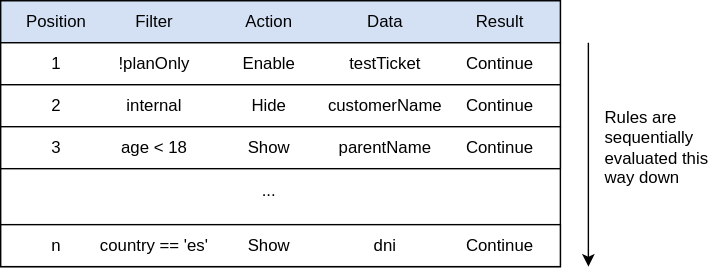
Above: doc/static/images/arch-overall-8.svg in miguelperezcolom/mateu (draw.io), before the change. Source tidied: cells renumbered, new cells last; positions are measured from the earlier drawing's top-left corner, leaving out a move shared by most shapes.
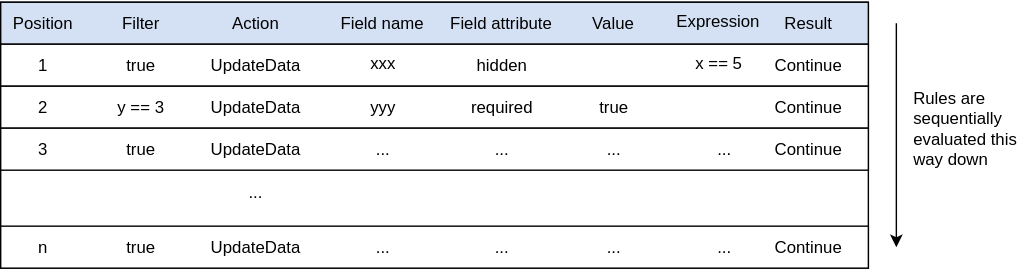
The same diagram one commit later.

The edit, as a diff of the source:
```diff
@@ -3,109 +3,148 @@
     <mxCell id="0" />
     <mxCell id="1" parent="0" />
     <mxCell id="2" style="rounded=0;whiteSpace=wrap;html=1;" parent="1" vertex="1">
-      <mxGeometry width="400" height="190" as="geometry" />
+      <mxGeometry x="-250" y="-19" width="620" height="190" as="geometry" />
     </mxCell>
     <mxCell id="3" style="rounded=0;whiteSpace=wrap;html=1;fillColor=#D4E1F5;" parent="1" vertex="1">
-      <mxGeometry width="400" height="30" as="geometry" />
+      <mxGeometry x="-250" y="-19" width="620" height="30" as="geometry" />
     </mxCell>
     <mxCell id="4" value="Filter" style="text;html=1;align=center;verticalAlign=middle;whiteSpace=wrap;rounded=0;" parent="1" vertex="1">
-      <mxGeometry x="80" width="60" height="30" as="geometry" />
+      <mxGeometry x="-180" y="-19" width="60" height="30" as="geometry" />
     </mxCell>
     <mxCell id="5" value="Action" style="text;html=1;align=center;verticalAlign=middle;whiteSpace=wrap;rounded=0;" parent="1" vertex="1">
-      <mxGeometry x="162" width="60" height="30" as="geometry" />
+      <mxGeometry x="-98" y="-19" width="60" height="30" as="geometry" />
     </mxCell>
-    <mxCell id="6" value="Data" style="text;html=1;align=center;verticalAlign=middle;whiteSpace=wrap;rounded=0;" parent="1" vertex="1">
-      <mxGeometry x="245" width="60" height="30" as="geometry" />
+    <mxCell id="6" value="Field name" style="text;html=1;align=center;verticalAlign=middle;whiteSpace=wrap;rounded=0;" parent="1" vertex="1">
+      <mxGeometry x="-15" y="-19" width="75" height="30" as="geometry" />
     </mxCell>
     <mxCell id="7" value="Result" style="text;html=1;align=center;verticalAlign=middle;whiteSpace=wrap;rounded=0;" parent="1" vertex="1">
-      <mxGeometry x="327" width="60" height="30" as="geometry" />
+      <mxGeometry x="297" y="-19" width="60" height="30" as="geometry" />
     </mxCell>
     <mxCell id="8" value="Position" style="text;html=1;align=center;verticalAlign=middle;whiteSpace=wrap;rounded=0;" parent="1" vertex="1">
-      <mxGeometry x="10" width="60" height="30" as="geometry" />
+      <mxGeometry x="-250" y="-19" width="60" height="30" as="geometry" />
     </mxCell>
     <mxCell id="9" style="rounded=0;whiteSpace=wrap;html=1;" parent="1" vertex="1">
-      <mxGeometry y="30" width="400" height="30" as="geometry" />
+      <mxGeometry x="-250" y="11" width="620" height="30" as="geometry" />
     </mxCell>
-    <mxCell id="10" value="!planOnly" style="text;html=1;align=center;verticalAlign=middle;whiteSpace=wrap;rounded=0;" parent="1" vertex="1">
-      <mxGeometry x="80" y="30" width="60" height="30" as="geometry" />
+    <mxCell id="10" value="true" style="text;html=1;align=center;verticalAlign=middle;whiteSpace=wrap;rounded=0;" parent="1" vertex="1">
+      <mxGeometry x="-180" y="11" width="60" height="30" as="geometry" />
     </mxCell>
-    <mxCell id="11" value="Enable" style="text;html=1;align=center;verticalAlign=middle;whiteSpace=wrap;rounded=0;" parent="1" vertex="1">
-      <mxGeometry x="162" y="30" width="60" height="30" as="geometry" />
+    <mxCell id="11" value="UpdateData" style="text;html=1;align=center;verticalAlign=middle;whiteSpace=wrap;rounded=0;" parent="1" vertex="1">
+      <mxGeometry x="-98" y="11" width="60" height="30" as="geometry" />
     </mxCell>
-    <mxCell id="12" value="testTicket" style="text;html=1;align=center;verticalAlign=middle;whiteSpace=wrap;rounded=0;" parent="1" vertex="1">
-      <mxGeometry x="245" y="30" width="60" height="30" as="geometry" />
+    <mxCell id="12" value="Continue" style="text;html=1;align=center;verticalAlign=middle;whiteSpace=wrap;rounded=0;" parent="1" vertex="1">
+      <mxGeometry x="297" y="11" width="60" height="30" as="geometry" />
     </mxCell>
-    <mxCell id="13" value="Continue" style="text;html=1;align=center;verticalAlign=middle;whiteSpace=wrap;rounded=0;" parent="1" vertex="1">
-      <mxGeometry x="327" y="30" width="60" height="30" as="geometry" />
+    <mxCell id="13" value="1" style="text;html=1;align=center;verticalAlign=middle;whiteSpace=wrap;rounded=0;" parent="1" vertex="1">
+      <mxGeometry x="-250" y="11" width="60" height="30" as="geometry" />
     </mxCell>
-    <mxCell id="14" value="1" style="text;html=1;align=center;verticalAlign=middle;whiteSpace=wrap;rounded=0;" parent="1" vertex="1">
-      <mxGeometry x="10" y="30" width="60" height="30" as="geometry" />
+    <mxCell id="14" style="rounded=0;whiteSpace=wrap;html=1;" parent="1" vertex="1">
+      <mxGeometry x="-250" y="41" width="620" height="30" as="geometry" />
     </mxCell>
-    <mxCell id="15" style="rounded=0;whiteSpace=wrap;html=1;" parent="1" vertex="1">
-      <mxGeometry y="60" width="400" height="30" as="geometry" />
+    <mxCell id="15" value="y == 3" style="text;html=1;align=center;verticalAlign=middle;whiteSpace=wrap;rounded=0;" parent="1" vertex="1">
+      <mxGeometry x="-180" y="41" width="60" height="30" as="geometry" />
     </mxCell>
-    <mxCell id="16" value="internal" style="text;html=1;align=center;verticalAlign=middle;whiteSpace=wrap;rounded=0;" parent="1" vertex="1">
-      <mxGeometry x="80" y="60" width="60" height="30" as="geometry" />
+    <mxCell id="16" value="UpdateData" style="text;html=1;align=center;verticalAlign=middle;whiteSpace=wrap;rounded=0;" parent="1" vertex="1">
+      <mxGeometry x="-98" y="41" width="60" height="30" as="geometry" />
     </mxCell>
-    <mxCell id="17" value="Hide" style="text;html=1;align=center;verticalAlign=middle;whiteSpace=wrap;rounded=0;" parent="1" vertex="1">
-      <mxGeometry x="162" y="60" width="60" height="30" as="geometry" />
+    <mxCell id="17" value="Continue" style="text;html=1;align=center;verticalAlign=middle;whiteSpace=wrap;rounded=0;" parent="1" vertex="1">
+      <mxGeometry x="297" y="41" width="60" height="30" as="geometry" />
     </mxCell>
-    <mxCell id="18" value="customerName" style="text;html=1;align=center;verticalAlign=middle;whiteSpace=wrap;rounded=0;" parent="1" vertex="1">
-      <mxGeometry x="245" y="60" width="60" height="30" as="geometry" />
+    <mxCell id="18" value="2" style="text;html=1;align=center;verticalAlign=middle;whiteSpace=wrap;rounded=0;" parent="1" vertex="1">
+      <mxGeometry x="-250" y="41" width="60" height="30" as="geometry" />
     </mxCell>
-    <mxCell id="19" value="Continue" style="text;html=1;align=center;verticalAlign=middle;whiteSpace=wrap;rounded=0;" parent="1" vertex="1">
-      <mxGeometry x="327" y="60" width="60" height="30" as="geometry" />
+    <mxCell id="19" style="rounded=0;whiteSpace=wrap;html=1;" parent="1" vertex="1">
+      <mxGeometry x="-250" y="71" width="620" height="30" as="geometry" />
     </mxCell>
-    <mxCell id="20" value="2" style="text;html=1;align=center;verticalAlign=middle;whiteSpace=wrap;rounded=0;" parent="1" vertex="1">
-      <mxGeometry x="10" y="60" width="60" height="30" as="geometry" />
+    <mxCell id="20" value="true" style="text;html=1;align=center;verticalAlign=middle;whiteSpace=wrap;rounded=0;" parent="1" vertex="1">
+      <mxGeometry x="-180" y="71" width="60" height="30" as="geometry" />
     </mxCell>
-    <mxCell id="21" style="rounded=0;whiteSpace=wrap;html=1;" parent="1" vertex="1">
-      <mxGeometry y="90" width="400" height="30" as="geometry" />
+    <mxCell id="21" value="UpdateData" style="text;html=1;align=center;verticalAlign=middle;whiteSpace=wrap;rounded=0;" parent="1" vertex="1">
+      <mxGeometry x="-98" y="71" width="60" height="30" as="geometry" />
     </mxCell>
-    <mxCell id="22" value="age &amp;lt; 18" style="text;html=1;align=center;verticalAlign=middle;whiteSpace=wrap;rounded=0;" parent="1" vertex="1">
-      <mxGeometry x="80" y="90" width="60" height="30" as="geometry" />
+    <mxCell id="22" value="Continue" style="text;html=1;align=center;verticalAlign=middle;whiteSpace=wrap;rounded=0;" parent="1" vertex="1">
+      <mxGeometry x="297" y="71" width="60" height="30" as="geometry" />
     </mxCell>
-    <mxCell id="23" value="Show" style="text;html=1;align=center;verticalAlign=middle;whiteSpace=wrap;rounded=0;" parent="1" vertex="1">
-      <mxGeometry x="162" y="90" width="60" height="30" as="geometry" />
+    <mxCell id="23" value="3" style="text;html=1;align=center;verticalAlign=middle;whiteSpace=wrap;rounded=0;" parent="1" vertex="1">
+      <mxGeometry x="-250" y="71" width="60" height="30" as="geometry" />
     </mxCell>
-    <mxCell id="24" value="parentName" style="text;html=1;align=center;verticalAlign=middle;whiteSpace=wrap;rounded=0;" parent="1" vertex="1">
-      <mxGeometry x="245" y="90" width="60" height="30" as="geometry" />
+    <mxCell id="24" style="rounded=0;whiteSpace=wrap;html=1;" parent="1" vertex="1">
+      <mxGeometry x="-250" y="141" width="620" height="30" as="geometry" />
     </mxCell>
-    <mxCell id="25" value="Continue" style="text;html=1;align=center;verticalAlign=middle;whiteSpace=wrap;rounded=0;" parent="1" vertex="1">
-      <mxGeometry x="327" y="90" width="60" height="30" as="geometry" />
+    <mxCell id="25" value="true" style="text;html=1;align=center;verticalAlign=middle;whiteSpace=wrap;rounded=0;" parent="1" vertex="1">
+      <mxGeometry x="-190" y="141" width="80" height="30" as="geometry" />
     </mxCell>
-    <mxCell id="26" value="3" style="text;html=1;align=center;verticalAlign=middle;whiteSpace=wrap;rounded=0;" parent="1" vertex="1">
-      <mxGeometry x="10" y="90" width="60" height="30" as="geometry" />
+    <mxCell id="26" value="UpdateData" style="text;html=1;align=center;verticalAlign=middle;whiteSpace=wrap;rounded=0;" parent="1" vertex="1">
+      <mxGeometry x="-98" y="141" width="60" height="30" as="geometry" />
     </mxCell>
-    <mxCell id="27" style="rounded=0;whiteSpace=wrap;html=1;" parent="1" vertex="1">
-      <mxGeometry y="160" width="400" height="30" as="geometry" />
+    <mxCell id="27" value="Continue" style="text;html=1;align=center;verticalAlign=middle;whiteSpace=wrap;rounded=0;" parent="1" vertex="1">
+      <mxGeometry x="297" y="141" width="60" height="30" as="geometry" />
     </mxCell>
-    <mxCell id="28" value="country == 'es'" style="text;html=1;align=center;verticalAlign=middle;whiteSpace=wrap;rounded=0;" parent="1" vertex="1">
-      <mxGeometry x="70" y="160" width="80" height="30" as="geometry" />
+    <mxCell id="28" value="n" style="text;html=1;align=center;verticalAlign=middle;whiteSpace=wrap;rounded=0;" parent="1" vertex="1">
+      <mxGeometry x="-250" y="141" width="60" height="30" as="geometry" />
     </mxCell>
-    <mxCell id="29" value="Show" style="text;html=1;align=center;verticalAlign=middle;whiteSpace=wrap;rounded=0;" parent="1" vertex="1">
-      <mxGeometry x="162" y="160" width="60" height="30" as="geometry" />
+    <mxCell id="29" value="..." style="text;html=1;align=center;verticalAlign=middle;whiteSpace=wrap;rounded=0;" parent="1" vertex="1">
+      <mxGeometry x="-98" y="102" width="60" height="30" as="geometry" />
     </mxCell>
-    <mxCell id="30" value="dni" style="text;html=1;align=center;verticalAlign=middle;whiteSpace=wrap;rounded=0;" parent="1" vertex="1">
-      <mxGeometry x="245" y="160" width="60" height="30" as="geometry" />
+    <mxCell id="30" style="endArrow=classic;html=1;rounded=0;" parent="1" edge="1">
+      <mxGeometry relative="1" as="geometry">
+        <mxPoint x="390" y="-4" as="sourcePoint" />
+        <mxPoint x="390" y="156" as="targetPoint" />
+      </mxGeometry>
     </mxCell>
-    <mxCell id="31" value="Continue" style="text;html=1;align=center;verticalAlign=middle;whiteSpace=wrap;rounded=0;" parent="1" vertex="1">
-      <mxGeometry x="327" y="160" width="60" height="30" as="geometry" />
+    <mxCell id="31" value="Rules are sequentially evaluated this way down&amp;nbsp;" style="text;html=1;align=left;verticalAlign=middle;whiteSpace=wrap;rounded=0;" parent="1" vertex="1">
+      <mxGeometry x="400" y="33.5" width="80" height="75" as="geometry" />
     </mxCell>
-    <mxCell id="32" value="n" style="text;html=1;align=center;verticalAlign=middle;whiteSpace=wrap;rounded=0;" parent="1" vertex="1">
-      <mxGeometry x="10" y="160" width="60" height="30" as="geometry" />
+    <mxCell id="32" value="Value" style="text;html=1;align=center;verticalAlign=middle;whiteSpace=wrap;rounded=0;" parent="1" vertex="1">
+      <mxGeometry x="150" y="-19" width="75" height="30" as="geometry" />
     </mxCell>
-    <mxCell id="33" value="..." style="text;html=1;align=center;verticalAlign=middle;whiteSpace=wrap;rounded=0;" parent="1" vertex="1">
-      <mxGeometry x="162" y="121" width="60" height="30" as="geometry" />
+    <mxCell id="33" value="Expression" style="text;html=1;align=center;verticalAlign=middle;whiteSpace=wrap;rounded=0;" parent="1" vertex="1">
+      <mxGeometry x="225" y="-20" width="75" height="30" as="geometry" />
     </mxCell>
-    <mxCell id="34" style="endArrow=classic;html=1;rounded=0;" parent="1" edge="1">
-      <mxGeometry relative="1" as="geometry">
-        <mxPoint x="420" y="30" as="sourcePoint" />
-        <mxPoint x="420" y="190" as="targetPoint" />
-      </mxGeometry>
+    <mxCell id="34" value="Field attribute" style="text;html=1;align=center;verticalAlign=middle;whiteSpace=wrap;rounded=0;" parent="1" vertex="1">
+      <mxGeometry x="70" y="-19" width="75" height="30" as="geometry" />
     </mxCell>
-    <mxCell id="35" value="Rules are sequentially evaluated this way down&amp;nbsp;" style="text;html=1;align=left;verticalAlign=middle;whiteSpace=wrap;rounded=0;" parent="1" vertex="1">
-      <mxGeometry x="430" y="67.5" width="80" height="75" as="geometry" />
+    <mxCell id="35" value="xxx" style="text;html=1;align=center;verticalAlign=middle;whiteSpace=wrap;rounded=0;" parent="1" vertex="1">
+      <mxGeometry x="-7.5" y="10" width="60" height="30" as="geometry" />
     </mxCell>
+    <mxCell id="36" value="hidden" style="text;html=1;align=center;verticalAlign=middle;whiteSpace=wrap;rounded=0;" parent="1" vertex="1">
+      <mxGeometry x="77.5" y="11" width="60" height="30" as="geometry" />
+    </mxCell>
+    <mxCell id="37" value="x == 5" style="text;html=1;align=center;verticalAlign=middle;whiteSpace=wrap;rounded=0;" parent="1" vertex="1">
+      <mxGeometry x="232.5" y="10" width="60" height="30" as="geometry" />
+    </mxCell>
+    <mxCell id="38" value="yyy" style="text;html=1;align=center;verticalAlign=middle;whiteSpace=wrap;rounded=0;" parent="1" vertex="1">
+      <mxGeometry x="-7.5" y="41" width="60" height="30" as="geometry" />
+    </mxCell>
+    <mxCell id="39" value="required" style="text;html=1;align=center;verticalAlign=middle;whiteSpace=wrap;rounded=0;" parent="1" vertex="1">
+      <mxGeometry x="77.5" y="41" width="60" height="30" as="geometry" />
+    </mxCell>
+    <mxCell id="40" value="true" style="text;html=1;align=center;verticalAlign=middle;whiteSpace=wrap;rounded=0;" parent="1" vertex="1">
+      <mxGeometry x="157.5" y="41" width="60" height="30" as="geometry" />
+    </mxCell>
+    <mxCell id="41" value="..." style="text;html=1;align=center;verticalAlign=middle;whiteSpace=wrap;rounded=0;" parent="1" vertex="1">
+      <mxGeometry x="-7.5" y="71" width="60" height="30" as="geometry" />
+    </mxCell>
+    <mxCell id="42" value="..." style="text;html=1;align=center;verticalAlign=middle;whiteSpace=wrap;rounded=0;" parent="1" vertex="1">
+      <mxGeometry x="77.5" y="71" width="60" height="30" as="geometry" />
+    </mxCell>
+    <mxCell id="43" value="..." style="text;html=1;align=center;verticalAlign=middle;whiteSpace=wrap;rounded=0;" parent="1" vertex="1">
+      <mxGeometry x="157.5" y="71" width="60" height="30" as="geometry" />
+    </mxCell>
+    <mxCell id="44" value="..." style="text;html=1;align=center;verticalAlign=middle;whiteSpace=wrap;rounded=0;" parent="1" vertex="1">
+      <mxGeometry x="237" y="71" width="60" height="30" as="geometry" />
+    </mxCell>
+    <mxCell id="45" value="..." style="text;html=1;align=center;verticalAlign=middle;whiteSpace=wrap;rounded=0;" parent="1" vertex="1">
+      <mxGeometry x="-7.5" y="141" width="60" height="30" as="geometry" />
+    </mxCell>
+    <mxCell id="46" value="..." style="text;html=1;align=center;verticalAlign=middle;whiteSpace=wrap;rounded=0;" parent="1" vertex="1">
+      <mxGeometry x="77.5" y="141" width="60" height="30" as="geometry" />
+    </mxCell>
+    <mxCell id="47" value="..." style="text;html=1;align=center;verticalAlign=middle;whiteSpace=wrap;rounded=0;" parent="1" vertex="1">
+      <mxGeometry x="157.5" y="141" width="60" height="30" as="geometry" />
+    </mxCell>
+    <mxCell id="48" value="..." style="text;html=1;align=center;verticalAlign=middle;whiteSpace=wrap;rounded=0;" parent="1" vertex="1">
+      <mxGeometry x="237" y="141" width="60" height="30" as="geometry" />
+    </mxCell>
   </root>
 </mxGraphModel>
```
